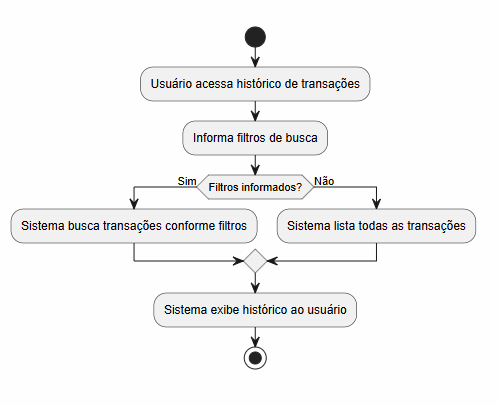
Above: docs/modelagem/atividades/historico.png in Nathan-Edu/Financa-Facil (PlantUML), before the change. Its source is kept beside it as docs/modelagem/atividades/historico.puml. Its diagram source:
```plantuml
@startuml
start

:Usuário acessa histórico de transações;
:Informa filtros de busca;

if (Filtros informados?) then (Sim)
  :Sistema busca transações conforme filtros;
else (Não)
  :Sistema lista todas as transações;
endif

:Sistema exibe histórico ao usuário;

stop
@enduml
```
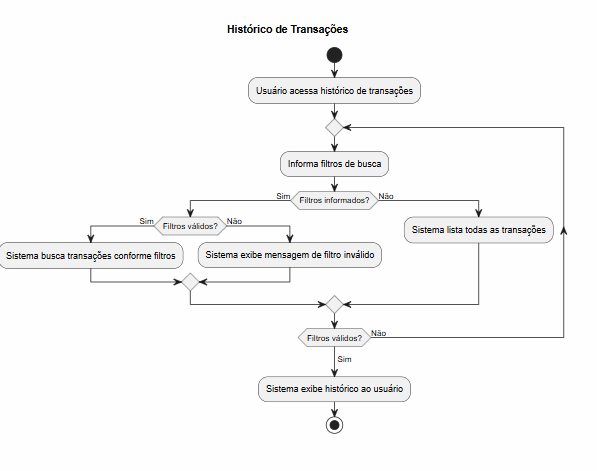
The same file after the commit.

What changed in the source:
```diff
@@ -1,14 +1,27 @@
 @startuml
+title Histórico de Transações
+
 start
 
 :Usuário acessa histórico de transações;
-:Informa filtros de busca;
 
-if (Filtros informados?) then (Sim)
-  :Sistema busca transações conforme filtros;
-else (Não)
-  :Sistema lista todas as transações;
-endif
+repeat
+  :Informa filtros de busca;
+
+  if (Filtros informados?) then (Sim)
+
+    if (Filtros válidos?) then (Sim)
+      :Sistema busca transações conforme filtros;
+    else (Não)
+      :Sistema exibe mensagem de filtro inválido;
+    endif
+
+  else (Não)
+    :Sistema lista todas as transações;
+  endif
+
+repeat while (Filtros válidos?) is (Não)
+-> Sim;
 
 :Sistema exibe histórico ao usuário;
 
```
